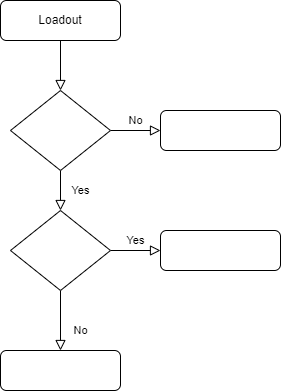
The draw.io diagram API Architecture.drawio.png in Ezahiel/Diagrams, before a commit. Source tidied: cells renumbered, new cells last; positions are measured from the earlier drawing's top-left corner, leaving out a move shared by most shapes.
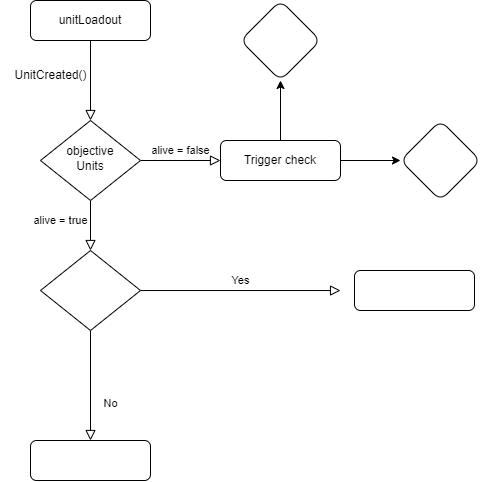
The same file after the commit.

What changed in the source:
```diff
@@ -5,35 +5,61 @@
     <mxCell id="2" style="rounded=0;html=1;jettySize=auto;fontSize=11;endArrow=block;endFill=0;endSize=8;strokeWidth=1;shadow=0;labelBackgroundColor=none;edgeStyle=orthogonalEdgeStyle;" parent="1" edge="1" source="3" target="6">
       <mxGeometry relative="1" as="geometry" />
     </mxCell>
-    <mxCell id="3" value="Loadout" style="rounded=1;whiteSpace=wrap;html=1;fontSize=12;glass=0;strokeWidth=1;shadow=0;" parent="1" vertex="1">
-      <mxGeometry width="120" height="40" as="geometry" />
+    <mxCell id="3" value="unitLoadout" style="rounded=1;whiteSpace=wrap;html=1;fontSize=12;glass=0;strokeWidth=1;shadow=0;" parent="1" vertex="1">
+      <mxGeometry x="-130" y="-40" width="120" height="40" as="geometry" />
     </mxCell>
-    <mxCell id="4" value="Yes" style="rounded=0;html=1;jettySize=auto;fontSize=11;endArrow=block;endFill=0;endSize=8;strokeWidth=1;shadow=0;labelBackgroundColor=none;edgeStyle=orthogonalEdgeStyle;" parent="1" edge="1" source="6" target="10">
-      <mxGeometry y="20" relative="1" as="geometry" />
+    <mxCell id="4" value="alive = false" style="rounded=0;html=1;jettySize=auto;fontSize=11;endArrow=block;endFill=0;endSize=8;strokeWidth=1;shadow=0;labelBackgroundColor=none;edgeStyle=orthogonalEdgeStyle;" parent="1" edge="1" source="6" target="10">
+      <mxGeometry x="-1" y="103" relative="1" as="geometry">
+        <mxPoint x="-13" y="-50" as="offset" />
+      </mxGeometry>
     </mxCell>
-    <mxCell id="5" value="No" style="edgeStyle=orthogonalEdgeStyle;rounded=0;html=1;jettySize=auto;fontSize=11;endArrow=block;endFill=0;endSize=8;strokeWidth=1;shadow=0;labelBackgroundColor=none;" parent="1" edge="1" source="6" target="7">
-      <mxGeometry y="10" relative="1" as="geometry" />
+    <mxCell id="5" value="alive = true" style="edgeStyle=orthogonalEdgeStyle;rounded=0;html=1;jettySize=auto;fontSize=11;endArrow=block;endFill=0;endSize=8;strokeWidth=1;shadow=0;labelBackgroundColor=none;" parent="1" edge="1" source="6">
+      <mxGeometry x="-1" y="-100" relative="1" as="geometry">
+        <mxPoint x="60" y="120" as="targetPoint" />
+        <mxPoint x="-80" y="-40" as="offset" />
+      </mxGeometry>
     </mxCell>
-    <mxCell id="6" style="rhombus;whiteSpace=wrap;html=1;shadow=0;fontFamily=Helvetica;fontSize=12;align=center;strokeWidth=1;spacing=6;spacingTop=-4;" parent="1" vertex="1">
-      <mxGeometry x="10" y="90" width="100" height="80" as="geometry" />
+    <mxCell id="6" value="objective&lt;br&gt;Units" style="rhombus;whiteSpace=wrap;html=1;shadow=0;fontFamily=Helvetica;fontSize=12;align=center;strokeWidth=1;spacing=6;spacingTop=-4;" parent="1" vertex="1">
+      <mxGeometry x="-120" y="80" width="100" height="80" as="geometry" />
     </mxCell>
+    <mxCell id="13" style="edgeStyle=orthogonalEdgeStyle;rounded=0;jettySize=auto;html=1;fontFamily=Helvetica;fontSize=12;" parent="1" edge="1" source="7" target="16">
+      <mxGeometry relative="1" as="geometry" />
+    </mxCell>
+    <mxCell id="14" style="edgeStyle=orthogonalEdgeStyle;rounded=0;jettySize=auto;html=1;fontFamily=Helvetica;fontSize=12;" parent="1" edge="1" source="7" target="17">
+      <mxGeometry relative="1" as="geometry" />
+    </mxCell>
-    <mxCell id="7" style="rounded=1;whiteSpace=wrap;html=1;fontSize=12;glass=0;strokeWidth=1;shadow=0;" parent="1" vertex="1">
-      <mxGeometry x="160" y="110" width="120" height="40" as="geometry" />
+    <mxCell id="7" value="Trigger check" style="rounded=1;whiteSpace=wrap;html=1;fontSize=12;glass=0;strokeWidth=1;shadow=0;" parent="1" vertex="1">
+      <mxGeometry x="60" y="100" width="120" height="40" as="geometry" />
     </mxCell>
     <mxCell id="8" value="No" style="rounded=0;html=1;jettySize=auto;fontSize=11;endArrow=block;endFill=0;endSize=8;strokeWidth=1;shadow=0;labelBackgroundColor=none;edgeStyle=orthogonalEdgeStyle;" parent="1" edge="1" source="10" target="11">
       <mxGeometry x="0.33" y="20" relative="1" as="geometry" />
     </mxCell>
-    <mxCell id="9" value="Yes" style="edgeStyle=orthogonalEdgeStyle;rounded=0;html=1;jettySize=auto;fontSize=11;endArrow=block;endFill=0;endSize=8;strokeWidth=1;shadow=0;labelBackgroundColor=none;" parent="1" edge="1" source="10" target="12">
-      <mxGeometry y="10" relative="1" as="geometry" />
+    <mxCell id="9" value="Yes" style="edgeStyle=orthogonalEdgeStyle;rounded=0;html=1;jettySize=auto;fontSize=11;endArrow=block;endFill=0;endSize=8;strokeWidth=1;shadow=0;labelBackgroundColor=none;" parent="1" edge="1" source="10">
+      <mxGeometry y="10" relative="1" as="geometry">
+        <mxPoint x="180" y="250" as="targetPoint" />
+        <Array as="points">
+          <mxPoint x="180" y="250" />
+          <mxPoint x="180" y="250" />
+        </Array>
+      </mxGeometry>
     </mxCell>
     <mxCell id="10" style="rhombus;whiteSpace=wrap;html=1;shadow=0;fontFamily=Helvetica;fontSize=12;align=center;strokeWidth=1;spacing=6;spacingTop=-4;" parent="1" vertex="1">
-      <mxGeometry x="10" y="210" width="100" height="80" as="geometry" />
+      <mxGeometry x="-120" y="210" width="100" height="80" as="geometry" />
     </mxCell>
     <mxCell id="11" style="rounded=1;whiteSpace=wrap;html=1;fontSize=12;glass=0;strokeWidth=1;shadow=0;" parent="1" vertex="1">
-      <mxGeometry y="350" width="120" height="40" as="geometry" />
+      <mxGeometry x="-130" y="400" width="120" height="40" as="geometry" />
     </mxCell>
     <mxCell id="12" style="rounded=1;whiteSpace=wrap;html=1;fontSize=12;glass=0;strokeWidth=1;shadow=0;" parent="1" vertex="1">
-      <mxGeometry x="160" y="230" width="120" height="40" as="geometry" />
+      <mxGeometry x="194" y="230" width="120" height="40" as="geometry" />
     </mxCell>
+    <mxCell id="15" value="UnitCreated()" style="text;html=1;align=center;verticalAlign=middle;strokeColor=none;fillColor=none;fontSize=12;fontFamily=Helvetica;" parent="1" vertex="1">
+      <mxGeometry x="-160" y="20" width="100" height="30" as="geometry" />
+    </mxCell>
+    <mxCell id="16" style="rhombus;whiteSpace=wrap;html=1;rounded=1;glass=0;strokeWidth=1;shadow=0;fontFamily=Helvetica;fontSize=12;" parent="1" vertex="1">
+      <mxGeometry x="80" y="-40" width="80" height="80" as="geometry" />
+    </mxCell>
+    <mxCell id="17" style="rhombus;whiteSpace=wrap;html=1;rounded=1;glass=0;strokeWidth=1;shadow=0;" parent="1" vertex="1">
+      <mxGeometry x="240" y="80" width="80" height="80" as="geometry" />
+    </mxCell>
   </root>
 </mxGraphModel>
```
